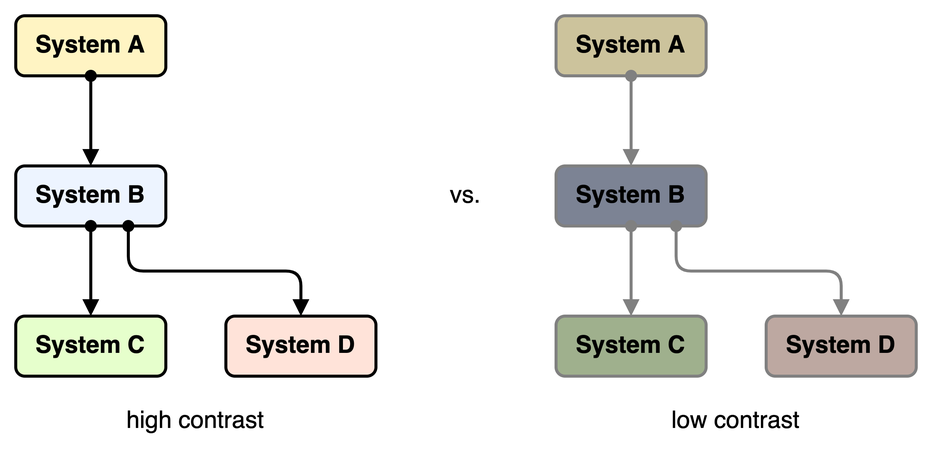
Earlier version of the draw.io export diagrams/general-guideline_high-contrast.png (martinleggewie/visual-tips-for-creating-schematic-diagrams). Source tidied: cells renumbered, new cells last; positions are measured from the earlier drawing's top-left corner, leaving out a move shared by most shapes. Source of this version:
```xml
<mxGraphModel>
  <root>
    <mxCell id="0" />
    <mxCell id="1" value="background" parent="0" />
    <mxCell id="2" style="rounded=0;whiteSpace=wrap;html=1;strokeColor=none;" parent="1" vertex="1">
      <mxGeometry width="620" height="300" as="geometry" />
    </mxCell>
    <mxCell id="3" value="content" parent="0" />
    <mxCell id="4" value="System A" style="rounded=1;whiteSpace=wrap;html=1;strokeWidth=2;fontSize=16;fontStyle=1;fillColor=#FFF4C3;" parent="3" vertex="1">
      <mxGeometry x="10" y="10" width="100" height="40" as="geometry" />
    </mxCell>
    <mxCell id="5" value="System B" style="rounded=1;whiteSpace=wrap;html=1;strokeWidth=2;fontSize=16;fontStyle=1;fillColor=#EDF4FF;" parent="3" vertex="1">
      <mxGeometry x="10" y="110" width="100" height="40" as="geometry" />
    </mxCell>
    <mxCell id="6" style="edgeStyle=none;rounded=0;jettySize=auto;html=1;startArrow=oval;startFill=1;endArrow=block;endFill=1;strokeWidth=2;fontSize=16;" parent="3" edge="1" source="4" target="5">
      <mxGeometry relative="1" as="geometry" />
    </mxCell>
    <mxCell id="7" value="high contrast" style="text;html=1;strokeColor=none;fillColor=none;align=center;verticalAlign=middle;whiteSpace=wrap;rounded=0;fontSize=16;" parent="3" vertex="1">
      <mxGeometry x="10" y="270" width="240" height="20" as="geometry" />
    </mxCell>
    <mxCell id="8" value="vs." style="text;html=1;strokeColor=none;fillColor=none;align=center;verticalAlign=middle;whiteSpace=wrap;rounded=0;fontSize=16;" parent="3" vertex="1">
      <mxGeometry x="250" y="120" width="120" height="20" as="geometry" />
    </mxCell>
    <mxCell id="9" value="System C" style="rounded=1;whiteSpace=wrap;html=1;strokeWidth=2;fontSize=16;fontStyle=1;fillColor=#E6FFCC;" parent="3" vertex="1">
      <mxGeometry x="10" y="210" width="100" height="40" as="geometry" />
    </mxCell>
    <mxCell id="10" style="edgeStyle=none;rounded=0;jettySize=auto;html=1;startArrow=oval;startFill=1;endArrow=block;endFill=1;strokeWidth=2;fontSize=16;exitX=0.5;exitY=1;exitDx=0;exitDy=0;" parent="3" edge="1" source="5" target="9">
      <mxGeometry relative="1" as="geometry" />
    </mxCell>
    <mxCell id="11" value="System A" style="rounded=1;whiteSpace=wrap;html=1;strokeWidth=2;fontSize=16;fontStyle=1;fillColor=#CCC39C;strokeColor=#808080;" parent="3" vertex="1">
      <mxGeometry x="370" y="10" width="100" height="40" as="geometry" />
    </mxCell>
    <mxCell id="12" value="System B" style="rounded=1;whiteSpace=wrap;html=1;strokeWidth=2;fontSize=16;fontStyle=1;fillColor=#7C8394;strokeColor=#808080;" parent="3" vertex="1">
      <mxGeometry x="370" y="110" width="100" height="40" as="geometry" />
    </mxCell>
    <mxCell id="13" style="edgeStyle=none;rounded=0;jettySize=auto;html=1;startArrow=oval;startFill=1;endArrow=block;endFill=1;strokeWidth=2;fontSize=16;strokeColor=#808080;" parent="3" edge="1" source="11" target="12">
      <mxGeometry relative="1" as="geometry" />
    </mxCell>
    <mxCell id="14" value="System C" style="rounded=1;whiteSpace=wrap;html=1;strokeWidth=2;fontSize=16;fontStyle=1;fillColor=#9FB08D;strokeColor=#808080;" parent="3" vertex="1">
      <mxGeometry x="370" y="210" width="100" height="40" as="geometry" />
    </mxCell>
    <mxCell id="15" value="low contrast" style="text;html=1;strokeColor=none;fillColor=none;align=center;verticalAlign=middle;whiteSpace=wrap;rounded=0;fontSize=16;" parent="3" vertex="1">
      <mxGeometry x="370" y="270" width="240" height="20" as="geometry" />
    </mxCell>
    <mxCell id="16" style="edgeStyle=none;rounded=0;jettySize=auto;html=1;startArrow=oval;startFill=1;endArrow=block;endFill=1;strokeWidth=2;fontSize=16;exitX=0.5;exitY=1;exitDx=0;exitDy=0;strokeColor=#808080;" parent="3" edge="1" source="12" target="14">
      <mxGeometry relative="1" as="geometry" />
    </mxCell>
    <mxCell id="17" value="System D" style="rounded=1;whiteSpace=wrap;html=1;strokeWidth=2;fontSize=16;fontStyle=1;fillColor=#FFE3D9;" parent="3" vertex="1">
      <mxGeometry x="150" y="210" width="100" height="40" as="geometry" />
    </mxCell>
    <mxCell id="18" style="edgeStyle=none;rounded=1;jettySize=auto;html=1;startArrow=oval;startFill=1;endArrow=block;endFill=1;strokeWidth=2;fontSize=16;exitX=0.75;exitY=1;exitDx=0;exitDy=0;entryX=0.5;entryY=0;entryDx=0;entryDy=0;" parent="3" edge="1" source="5" target="17">
      <mxGeometry relative="1" as="geometry">
        <Array as="points">
          <mxPoint x="85" y="180" />
          <mxPoint x="200" y="180" />
        </Array>
      </mxGeometry>
    </mxCell>
    <mxCell id="19" value="System D" style="rounded=1;whiteSpace=wrap;html=1;strokeWidth=2;fontSize=16;fontStyle=1;strokeColor=#808080;fillColor=#BDA8A1;" parent="3" vertex="1">
      <mxGeometry x="510" y="210" width="100" height="40" as="geometry" />
    </mxCell>
    <mxCell id="20" style="edgeStyle=none;rounded=1;jettySize=auto;html=1;startArrow=oval;startFill=1;endArrow=block;endFill=1;strokeWidth=2;fontSize=16;exitX=0.75;exitY=1;exitDx=0;exitDy=0;strokeColor=#808080;entryX=0.5;entryY=0;entryDx=0;entryDy=0;" parent="3" edge="1" target="19">
      <mxGeometry relative="1" as="geometry">
        <mxPoint x="450" y="150" as="sourcePoint" />
        <Array as="points">
          <mxPoint x="450" y="180" />
          <mxPoint x="560" y="180" />
        </Array>
      </mxGeometry>
    </mxCell>
  </root>
</mxGraphModel>
```
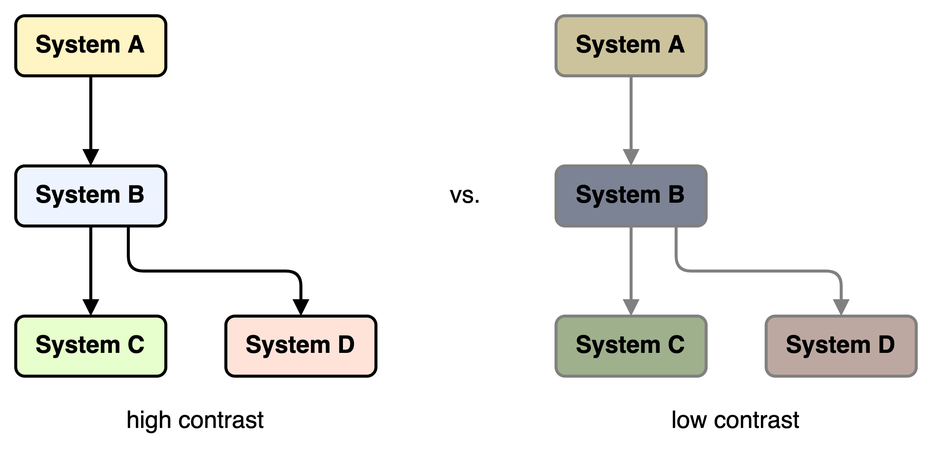
Above is the later version.

Change to the diagram source:
```diff
@@ -12,7 +12,7 @@
     <mxCell id="5" value="System B" style="rounded=1;whiteSpace=wrap;html=1;strokeWidth=2;fontSize=16;fontStyle=1;fillColor=#EDF4FF;" parent="3" vertex="1">
       <mxGeometry x="10" y="110" width="100" height="40" as="geometry" />
     </mxCell>
-    <mxCell id="6" style="edgeStyle=none;rounded=0;jettySize=auto;html=1;startArrow=oval;startFill=1;endArrow=block;endFill=1;strokeWidth=2;fontSize=16;" parent="3" edge="1" source="4" target="5">
+    <mxCell id="6" style="edgeStyle=none;rounded=0;jettySize=auto;html=1;startArrow=none;startFill=0;endArrow=block;endFill=1;strokeWidth=2;fontSize=16;" parent="3" edge="1" source="4" target="5">
       <mxGeometry relative="1" as="geometry" />
     </mxCell>
     <mxCell id="7" value="high contrast" style="text;html=1;strokeColor=none;fillColor=none;align=center;verticalAlign=middle;whiteSpace=wrap;rounded=0;fontSize=16;" parent="3" vertex="1">
@@ -24,7 +24,7 @@
     <mxCell id="9" value="System C" style="rounded=1;whiteSpace=wrap;html=1;strokeWidth=2;fontSize=16;fontStyle=1;fillColor=#E6FFCC;" parent="3" vertex="1">
       <mxGeometry x="10" y="210" width="100" height="40" as="geometry" />
     </mxCell>
-    <mxCell id="10" style="edgeStyle=none;rounded=0;jettySize=auto;html=1;startArrow=oval;startFill=1;endArrow=block;endFill=1;strokeWidth=2;fontSize=16;exitX=0.5;exitY=1;exitDx=0;exitDy=0;" parent="3" edge="1" source="5" target="9">
+    <mxCell id="10" style="edgeStyle=none;rounded=0;jettySize=auto;html=1;startArrow=none;startFill=0;endArrow=block;endFill=1;strokeWidth=2;fontSize=16;exitX=0.5;exitY=1;exitDx=0;exitDy=0;" parent="3" edge="1" source="5" target="9">
       <mxGeometry relative="1" as="geometry" />
     </mxCell>
     <mxCell id="11" value="System A" style="rounded=1;whiteSpace=wrap;html=1;strokeWidth=2;fontSize=16;fontStyle=1;fillColor=#CCC39C;strokeColor=#808080;" parent="3" vertex="1">
@@ -33,7 +33,7 @@
     <mxCell id="12" value="System B" style="rounded=1;whiteSpace=wrap;html=1;strokeWidth=2;fontSize=16;fontStyle=1;fillColor=#7C8394;strokeColor=#808080;" parent="3" vertex="1">
       <mxGeometry x="370" y="110" width="100" height="40" as="geometry" />
     </mxCell>
-    <mxCell id="13" style="edgeStyle=none;rounded=0;jettySize=auto;html=1;startArrow=oval;startFill=1;endArrow=block;endFill=1;strokeWidth=2;fontSize=16;strokeColor=#808080;" parent="3" edge="1" source="11" target="12">
+    <mxCell id="13" style="edgeStyle=none;rounded=0;jettySize=auto;html=1;startArrow=none;startFill=0;endArrow=block;endFill=1;strokeWidth=2;fontSize=16;strokeColor=#808080;" parent="3" edge="1" source="11" target="12">
       <mxGeometry relative="1" as="geometry" />
     </mxCell>
     <mxCell id="14" value="System C" style="rounded=1;whiteSpace=wrap;html=1;strokeWidth=2;fontSize=16;fontStyle=1;fillColor=#9FB08D;strokeColor=#808080;" parent="3" vertex="1">
@@ -42,13 +42,13 @@
     <mxCell id="15" value="low contrast" style="text;html=1;strokeColor=none;fillColor=none;align=center;verticalAlign=middle;whiteSpace=wrap;rounded=0;fontSize=16;" parent="3" vertex="1">
       <mxGeometry x="370" y="270" width="240" height="20" as="geometry" />
     </mxCell>
-    <mxCell id="16" style="edgeStyle=none;rounded=0;jettySize=auto;html=1;startArrow=oval;startFill=1;endArrow=block;endFill=1;strokeWidth=2;fontSize=16;exitX=0.5;exitY=1;exitDx=0;exitDy=0;strokeColor=#808080;" parent="3" edge="1" source="12" target="14">
+    <mxCell id="16" style="edgeStyle=none;rounded=0;jettySize=auto;html=1;startArrow=none;startFill=0;endArrow=block;endFill=1;strokeWidth=2;fontSize=16;exitX=0.5;exitY=1;exitDx=0;exitDy=0;strokeColor=#808080;" parent="3" edge="1" source="12" target="14">
       <mxGeometry relative="1" as="geometry" />
     </mxCell>
     <mxCell id="17" value="System D" style="rounded=1;whiteSpace=wrap;html=1;strokeWidth=2;fontSize=16;fontStyle=1;fillColor=#FFE3D9;" parent="3" vertex="1">
       <mxGeometry x="150" y="210" width="100" height="40" as="geometry" />
     </mxCell>
-    <mxCell id="18" style="edgeStyle=none;rounded=1;jettySize=auto;html=1;startArrow=oval;startFill=1;endArrow=block;endFill=1;strokeWidth=2;fontSize=16;exitX=0.75;exitY=1;exitDx=0;exitDy=0;entryX=0.5;entryY=0;entryDx=0;entryDy=0;" parent="3" edge="1" source="5" target="17">
+    <mxCell id="18" style="edgeStyle=none;rounded=1;jettySize=auto;html=1;startArrow=none;startFill=0;endArrow=block;endFill=1;strokeWidth=2;fontSize=16;exitX=0.75;exitY=1;exitDx=0;exitDy=0;entryX=0.5;entryY=0;entryDx=0;entryDy=0;" parent="3" edge="1" source="5" target="17">
       <mxGeometry relative="1" as="geometry">
         <Array as="points">
           <mxPoint x="85" y="180" />
@@ -59,7 +59,7 @@
     <mxCell id="19" value="System D" style="rounded=1;whiteSpace=wrap;html=1;strokeWidth=2;fontSize=16;fontStyle=1;strokeColor=#808080;fillColor=#BDA8A1;" parent="3" vertex="1">
       <mxGeometry x="510" y="210" width="100" height="40" as="geometry" />
     </mxCell>
-    <mxCell id="20" style="edgeStyle=none;rounded=1;jettySize=auto;html=1;startArrow=oval;startFill=1;endArrow=block;endFill=1;strokeWidth=2;fontSize=16;exitX=0.75;exitY=1;exitDx=0;exitDy=0;strokeColor=#808080;entryX=0.5;entryY=0;entryDx=0;entryDy=0;" parent="3" edge="1" target="19">
+    <mxCell id="20" style="edgeStyle=none;rounded=1;jettySize=auto;html=1;startArrow=none;startFill=0;endArrow=block;endFill=1;strokeWidth=2;fontSize=16;exitX=0.75;exitY=1;exitDx=0;exitDy=0;strokeColor=#808080;entryX=0.5;entryY=0;entryDx=0;entryDy=0;" parent="3" edge="1" target="19">
       <mxGeometry relative="1" as="geometry">
         <mxPoint x="450" y="150" as="sourcePoint" />
         <Array as="points">
```
